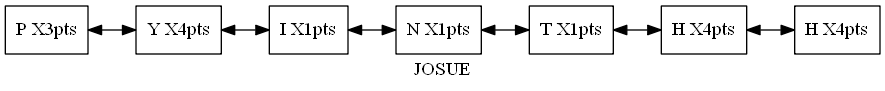
This is Reportes/ListaJugador.png from hr9457/EDD_1S2020_PY1_201314296, a Graphviz export, as it was before one commit. Its source is kept beside it as ArchivosDot/ListaJugador.dot.
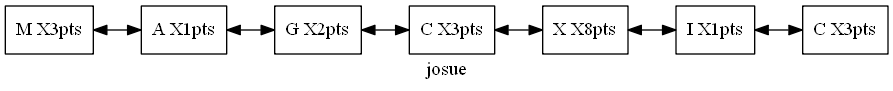
Above is the later version.

Diff of the diagram source:
```diff
@@ -1,18 +1,18 @@
 digraph Lista {
 rankdir=LR;
 node [shape=record];
-Nodo0[label="P  X3pts"]
-Nodo1[label="Y  X4pts"]
-Nodo2[label="I  X1pts"]
-Nodo3[label="N  X1pts"]
-Nodo4[label="T  X1pts"]
-Nodo5[label="H  X4pts"]
-Nodo6[label="H  X4pts"]
+Nodo0[label="M  X3pts"]
+Nodo1[label="A  X1pts"]
+Nodo2[label="G  X2pts"]
+Nodo3[label="C  X3pts"]
+Nodo4[label="X  X8pts"]
+Nodo5[label="I  X1pts"]
+Nodo6[label="C  X3pts"]
 Nodo0->Nodo1[dir=both];
 Nodo1->Nodo2[dir=both];
 Nodo2->Nodo3[dir=both];
 Nodo3->Nodo4[dir=both];
 Nodo4->Nodo5[dir=both];
 Nodo5->Nodo6[dir=both];
-label="JOSUE";
+label="josue";
 }
```
